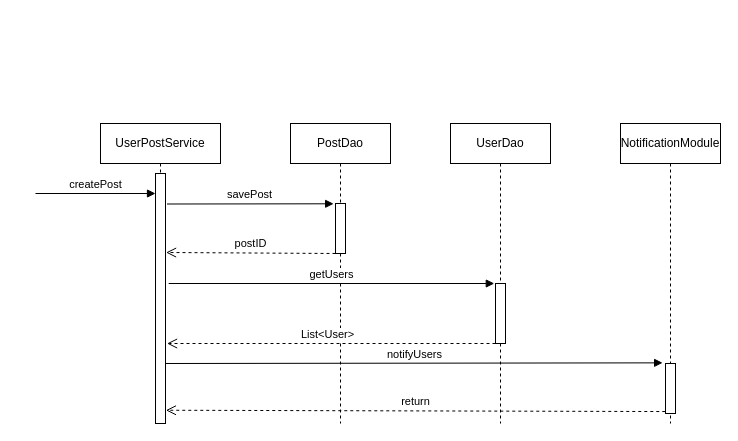
Before: page "Request Sequence" (2 of 4) of userRequests.drawio in muhmagdy/Bloodify, a draw.io diagram. Source tidied: cells renumbered, new cells numbered last; positions are measured from the earlier drawing's top-left corner, leaving out a move shared by most shapes. Both pictures are drawn from the tidied source at 100%, with x=0, y=0 at pixel (35, 123).
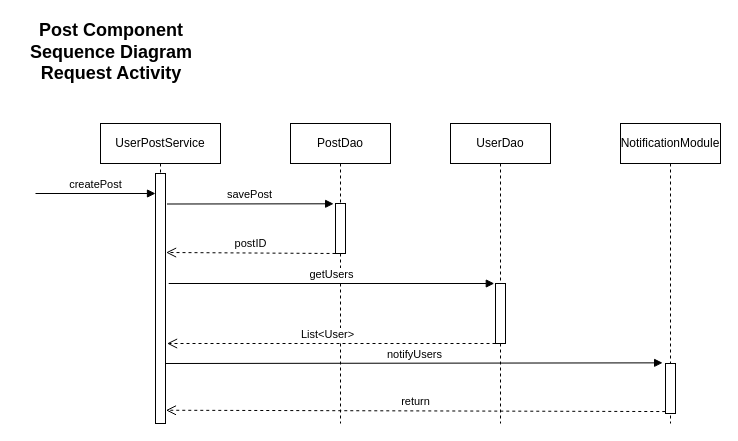
The same diagram, later.

Change to the diagram source:
```diff
@@
+    <mxCell id="17" value="Post Component &lt;br style=&quot;font-size: 18px;&quot;&gt;Sequence Diagram&lt;br&gt;Request Activity" style="text;html=1;strokeColor=none;fillColor=none;align=center;verticalAlign=middle;whiteSpace=wrap;rounded=0;fontStyle=1;fontSize=18;" parent="1" vertex="1">
+      <mxGeometry x="-18" y="-106" width="188" height="70" as="geometry" />
+    </mxCell>
```
